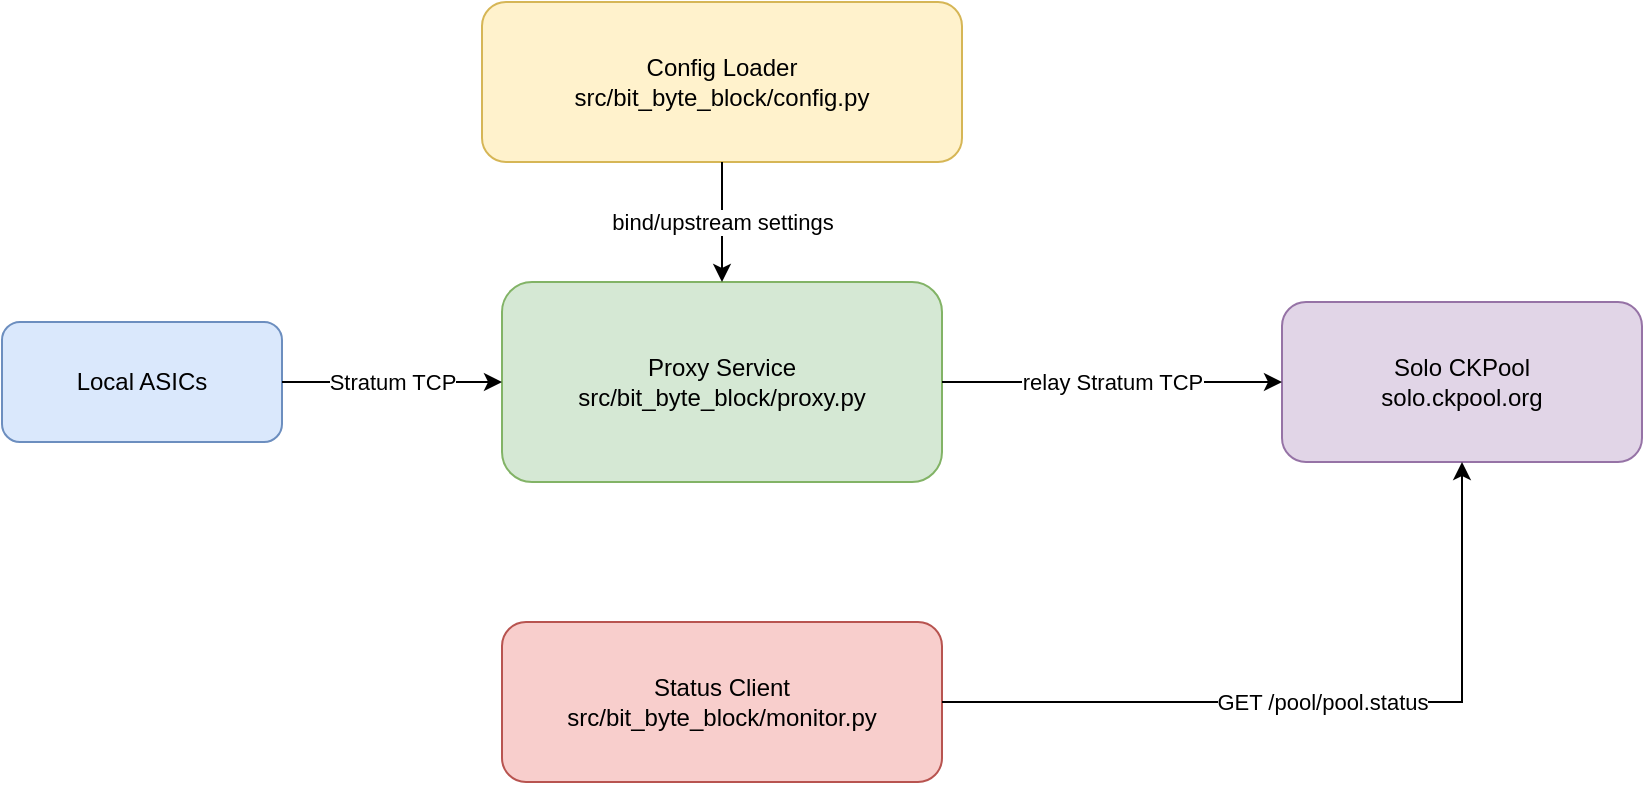
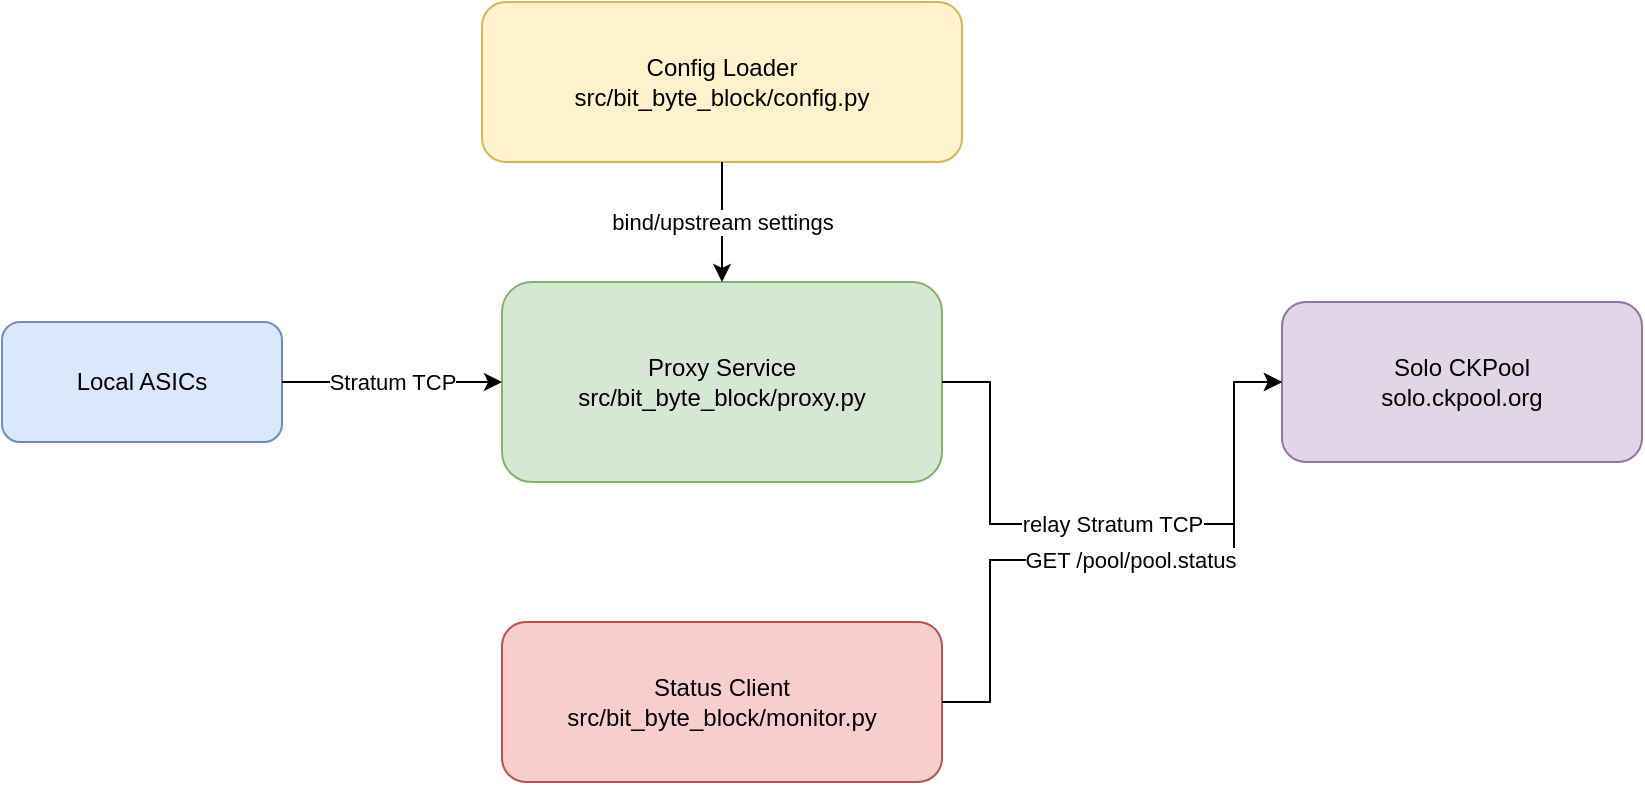
+ <?xml version='1.0' encoding='utf-8'?>
<mxfile host="app.diagrams.net" modified="2026-04-09T00:00:00.000Z" agent="Codex" version="24.7.17">
  <diagram id="repo-architecture" name="Page-1">
    <mxGraphModel dx="1200" dy="800" grid="1" gridSize="10" guides="1" tooltips="1" connect="1" arrows="1" fold="1" page="1" pageScale="1" pageWidth="1100" pageHeight="850" math="0" shadow="0">
      <root>
-         <mxCell id="0"/>
-         <mxCell id="1" parent="0"/>
+         <mxCell id="0" />
+         <mxCell id="1" parent="0" />
        <mxCell id="miners" value="Local ASICs" style="rounded=1;whiteSpace=wrap;html=1;fillColor=#dae8fc;strokeColor=#6c8ebf;" vertex="1" parent="1">
-           <mxGeometry x="60" y="240" width="140" height="60" as="geometry"/>
+           <mxGeometry x="60" y="240" width="140" height="60" as="geometry" />
        </mxCell>
-         <mxCell id="proxy" value="Proxy Service&#xa;src/bit_byte_block/proxy.py" style="rounded=1;whiteSpace=wrap;html=1;fillColor=#d5e8d4;strokeColor=#82b366;" vertex="1" parent="1">
-           <mxGeometry x="310" y="220" width="220" height="100" as="geometry"/>
+         <mxCell id="proxy" value="Proxy Service&#10;src/bit_byte_block/proxy.py" style="rounded=1;whiteSpace=wrap;html=1;fillColor=#d5e8d4;strokeColor=#82b366;" vertex="1" parent="1">
+           <mxGeometry x="310" y="220" width="220" height="100" as="geometry" />
        </mxCell>
-         <mxCell id="config" value="Config Loader&#xa;src/bit_byte_block/config.py" style="rounded=1;whiteSpace=wrap;html=1;fillColor=#fff2cc;strokeColor=#d6b656;" vertex="1" parent="1">
-           <mxGeometry x="300" y="80" width="240" height="80" as="geometry"/>
+         <mxCell id="config" value="Config Loader&#10;src/bit_byte_block/config.py" style="rounded=1;whiteSpace=wrap;html=1;fillColor=#fff2cc;strokeColor=#d6b656;" vertex="1" parent="1">
+           <mxGeometry x="300" y="80" width="240" height="80" as="geometry" />
        </mxCell>
-         <mxCell id="monitor" value="Status Client&#xa;src/bit_byte_block/monitor.py" style="rounded=1;whiteSpace=wrap;html=1;fillColor=#f8cecc;strokeColor=#b85450;" vertex="1" parent="1">
-           <mxGeometry x="310" y="390" width="220" height="80" as="geometry"/>
+         <mxCell id="monitor" value="Status Client&#10;src/bit_byte_block/monitor.py" style="rounded=1;whiteSpace=wrap;html=1;fillColor=#f8cecc;strokeColor=#b85450;" vertex="1" parent="1">
+           <mxGeometry x="310" y="390" width="220" height="80" as="geometry" />
        </mxCell>
-         <mxCell id="ckpool" value="Solo CKPool&#xa;solo.ckpool.org" style="rounded=1;whiteSpace=wrap;html=1;fillColor=#e1d5e7;strokeColor=#9673a6;" vertex="1" parent="1">
-           <mxGeometry x="700" y="230" width="180" height="80" as="geometry"/>
+         <mxCell id="ckpool" value="Solo CKPool&#10;solo.ckpool.org" style="rounded=1;whiteSpace=wrap;html=1;fillColor=#e1d5e7;strokeColor=#9673a6;" vertex="1" parent="1">
+           <mxGeometry x="700" y="230" width="180" height="80" as="geometry" />
        </mxCell>
-         <mxCell id="e1" value="Stratum TCP" style="edgeStyle=orthogonalEdgeStyle;rounded=0;orthogonalLoop=1;jettySize=auto;html=1;" edge="1" parent="1" source="miners" target="proxy">
-           <mxGeometry relative="1" as="geometry"/>
+         <mxCell id="e1" value="Stratum TCP" style="edgeStyle=orthogonalEdgeStyle;rounded=0;orthogonalLoop=1;jettySize=auto;html=1;jumpStyle=arc;jumpSize=10;" edge="1" parent="1" source="miners" target="proxy">
+           <mxGeometry relative="1" as="geometry" archilityManagedRoute="1">
+             <Array as="points">
+               <mxPoint x="224" y="270" />
+               <mxPoint x="286" y="270" />
+             </Array>
+           </mxGeometry>
        </mxCell>
-         <mxCell id="e2" value="bind/upstream settings" style="edgeStyle=orthogonalEdgeStyle;rounded=0;orthogonalLoop=1;jettySize=auto;html=1;" edge="1" parent="1" source="config" target="proxy">
-           <mxGeometry relative="1" as="geometry"/>
+         <mxCell id="e2" value="bind/upstream settings" style="edgeStyle=orthogonalEdgeStyle;rounded=0;orthogonalLoop=1;jettySize=auto;html=1;jumpStyle=arc;jumpSize=10;" edge="1" parent="1" source="config" target="proxy">
+           <mxGeometry relative="1" as="geometry" archilityManagedRoute="1">
+             <Array as="points">
+               <mxPoint x="420" y="184" />
+               <mxPoint x="420" y="196" />
+             </Array>
+           </mxGeometry>
        </mxCell>
-         <mxCell id="e3" value="relay Stratum TCP" style="edgeStyle=orthogonalEdgeStyle;rounded=0;orthogonalLoop=1;jettySize=auto;html=1;" edge="1" parent="1" source="proxy" target="ckpool">
-           <mxGeometry relative="1" as="geometry"/>
+         <mxCell id="e3" value="relay Stratum TCP" style="edgeStyle=orthogonalEdgeStyle;rounded=0;orthogonalLoop=1;jettySize=auto;html=1;jumpStyle=arc;jumpSize=10;" edge="1" parent="1" source="proxy" target="ckpool">
+           <mxGeometry relative="1" as="geometry" archilityManagedRoute="1">
+             <Array as="points">
+               <mxPoint x="554" y="270" />
+               <mxPoint x="554" y="341" />
+               <mxPoint x="676" y="341" />
+               <mxPoint x="676" y="270" />
+             </Array>
+           </mxGeometry>
        </mxCell>
-         <mxCell id="e4" value="GET /pool/pool.status" style="edgeStyle=orthogonalEdgeStyle;rounded=0;orthogonalLoop=1;jettySize=auto;html=1;" edge="1" parent="1" source="monitor" target="ckpool">
-           <mxGeometry relative="1" as="geometry"/>
+         <mxCell id="e4" value="GET /pool/pool.status" style="edgeStyle=orthogonalEdgeStyle;rounded=0;orthogonalLoop=1;jettySize=auto;html=1;jumpStyle=arc;jumpSize=10;" edge="1" parent="1" source="monitor" target="ckpool">
+           <mxGeometry relative="1" as="geometry" archilityManagedRoute="1">
+             <Array as="points">
+               <mxPoint x="554" y="430" />
+               <mxPoint x="554" y="359" />
+               <mxPoint x="676" y="359" />
+               <mxPoint x="676" y="270" />
+             </Array>
+           </mxGeometry>
        </mxCell>
      </root>
    </mxGraphModel>
  </diagram>
</mxfile>
